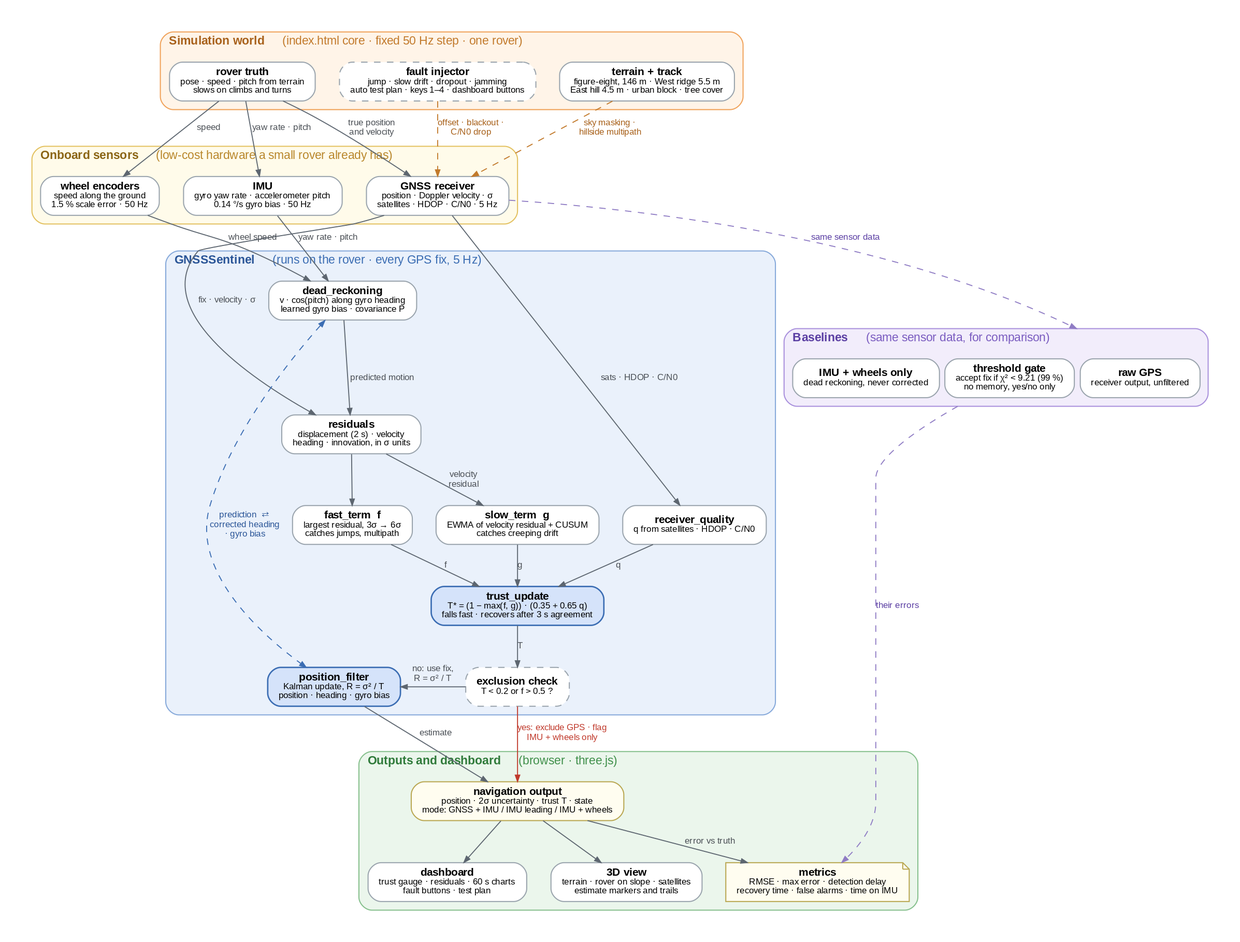
This is docs/architecture.png from Bhavarth257/gnss-sentinel, a Graphviz export, as it was before one commit. Its source is kept beside it as docs/architecture.dot. Source of this version:
```dot
digraph GNSSSentinel {
  graph [rankdir=TB, fontname="Liberation Sans", fontsize=11, bgcolor="white",
         nodesep=0.3, ranksep=0.42, pad=0.3, compound=true, newrank=true];
  node  [shape=box, style="rounded,filled", fillcolor="white", color="#9aa4ad",
         fontname="Liberation Sans", fontsize=10, margin="0.14,0.06", penwidth=1];
  edge  [fontname="Liberation Sans", fontsize=8, fontcolor="#4a4f55", color="#5d6670",
         arrowsize=0.6, penwidth=0.9];

  subgraph cluster_world {
    label=<<b>Simulation world</b>     <font color="#c27a2c">(index.html core · fixed 50 Hz step · one rover)</font>>;
    labeljust=l; fontcolor="#a8611b"; style="rounded,filled"; fillcolor="#fff4e8"; color="#f0a35c";

    terrain [label=<<b>terrain + track</b><br/><font point-size="8">figure-eight, 146 m · West ridge 5.5 m<br/>East hill 4.5 m · urban block · tree cover</font>>];
    truth   [label=<<b>rover truth</b><br/><font point-size="8">pose · speed · pitch from terrain<br/>slows on climbs and turns</font>>];
    faults  [label=<<b>fault injector</b><br/><font point-size="8">jump · slow drift · dropout · jamming<br/>auto test plan · keys 1–4 · dashboard buttons</font>>, style="rounded,filled,dashed"];
  }

  subgraph cluster_sensors {
    label=<<b>Onboard sensors</b>     <font color="#b8862a">(low-cost hardware a small rover already has)</font>>;
    labeljust=l; fontcolor="#8a6414"; style="rounded,filled"; fillcolor="#fffbea"; color="#e3c160";

    gnss  [label=<<b>GNSS receiver</b><br/><font point-size="8">position · Doppler velocity · σ<br/>satellites · HDOP · C/N0 · 5 Hz</font>>];
    wheel [label=<<b>wheel encoders</b><br/><font point-size="8">speed along the ground<br/>1.5 % scale error · 50 Hz</font>>];
    imu   [label=<<b>IMU</b><br/><font point-size="8">gyro yaw rate · accelerometer pitch<br/>0.14 °/s gyro bias · 50 Hz</font>>];
  }

  subgraph cluster_sentinel {
    label=<<b>GNSSSentinel</b>     <font color="#3b6db3">(runs on the rover · every GPS fix, 5 Hz)</font>>;
    labeljust=l; fontcolor="#2a5597"; style="rounded,filled"; fillcolor="#eaf1fb"; color="#86a9da";

    dr       [label=<<b>dead_reckoning</b><br/><font point-size="8">v · cos(pitch) along gyro heading<br/>learned gyro bias · covariance P</font>>];
    residual [label=<<b>residuals</b><br/><font point-size="8">displacement (2 s) · velocity<br/>heading · innovation, in σ units</font>>];
    quality  [label=<<b>receiver_quality</b><br/><font point-size="8">q from satellites · HDOP · C/N0</font>>];
    fast     [label=<<b>fast_term  f</b><br/><font point-size="8">largest residual, 3σ → 6σ<br/>catches jumps, multipath</font>>];
    slow     [label=<<b>slow_term  g</b><br/><font point-size="8">EWMA of velocity residual + CUSUM<br/>catches creeping drift</font>>];
    trust    [label=<<b>trust_update</b><br/><font point-size="8">T* = (1 − max(f, g)) · (0.35 + 0.65 q)<br/>falls fast · recovers after 3 s agreement</font>>,
              fillcolor="#d5e3fa", color="#3b6db3", penwidth=1.3];
    excl     [label=<<b>exclusion check</b><br/><font point-size="8">T &lt; 0.2 or f &gt; 0.5 ?</font>>, shape=box, style="rounded,filled,dashed"];
    kf       [label=<<b>position_filter</b><br/><font point-size="8">Kalman update, R = σ² / T<br/>position · heading · gyro bias</font>>,
              fillcolor="#d5e3fa", color="#3b6db3", penwidth=1.3];
  }

  subgraph cluster_base {
    label=<<b>Baselines</b>     <font color="#7a5cc0">(same sensor data, for comparison)</font>>;
    labeljust=l; fontcolor="#5b3fa3"; style="rounded,filled"; fillcolor="#f2edfb"; color="#a990dc";

    rawgps [label=<<b>raw GPS</b><br/><font point-size="8">receiver output, unfiltered</font>>];
    gate   [label=<<b>threshold gate</b><br/><font point-size="8">accept fix if χ² &lt; 9.21 (99 %)<br/>no memory, yes/no only</font>>];
    dronly [label=<<b>IMU + wheels only</b><br/><font point-size="8">dead reckoning, never corrected</font>>];
  }

  subgraph cluster_out {
    label=<<b>Outputs and dashboard</b>     <font color="#3f8f4a">(browser · three.js)</font>>;
    labeljust=l; fontcolor="#2f7a3a"; style="rounded,filled"; fillcolor="#ebf6ec"; color="#86c08d";

    nav     [label=<<b>navigation output</b><br/><font point-size="8">position · 2σ uncertainty · trust T · state<br/>mode: GNSS + IMU / IMU leading / IMU + wheels</font>>,
             fillcolor="#fffdf0", color="#b9a752"];
    view3d  [label=<<b>3D view</b><br/><font point-size="8">terrain · rover on slope · satellites<br/>estimate markers and trails</font>>];
    dash    [label=<<b>dashboard</b><br/><font point-size="8">trust gauge · residuals · 60 s charts<br/>fault buttons · test plan</font>>];
    metrics [label=<<b>metrics</b><br/><font point-size="8">RMSE · max error · detection delay<br/>recovery time · false alarms · time on IMU</font>>, shape=note, fillcolor="#fffdf0", color="#b9a752"];
  }

  truth   -> gnss  [label="true position\nand velocity"];
  truth   -> wheel [label="speed"];
  truth   -> imu   [label="yaw rate · pitch"];
  terrain -> gnss  [label="sky masking ·\nhillside multipath", style=dashed, color="#c27a2c", fontcolor="#a8611b"];
  faults  -> gnss  [label="offset · blackout ·\nC/N0 drop", style=dashed, color="#c27a2c", fontcolor="#a8611b"];

  wheel -> dr       [label="wheel speed"];
  imu   -> dr       [label="yaw rate · pitch"];
  gnss  -> residual [label="fix · velocity · σ"];
  gnss  -> quality  [label="sats · HDOP · C/N0"];
  dr    -> residual [label="predicted motion"];

  residual -> fast;
  residual -> slow  [label="velocity\nresidual"];
  fast     -> trust [label="f"];
  slow     -> trust [label="g"];
  quality  -> trust [label="q"];
  trust    -> excl  [label="T"];
  excl     -> kf    [label="no: use fix,\nR = σ² / T"];
  excl     -> nav   [label="yes: exclude GPS · flag\nIMU + wheels only", color="#c0392b", fontcolor="#c0392b"];
  dr       -> kf    [dir=both, label="prediction  ⇄\ncorrected heading\n· gyro bias", style=dashed, color="#3b6db3", fontcolor="#2a5597"];
  kf       -> nav   [label="estimate"];

  gnss -> rawgps [lhead=cluster_base, label="same sensor data", style=dashed, color="#8f7cc4", fontcolor="#5b3fa3"];
  gate -> metrics [ltail=cluster_base, label="their errors", style=dashed, color="#8f7cc4", fontcolor="#5b3fa3"];

  nav -> view3d;
  nav -> dash;
  nav -> metrics [label="error vs truth"];

  { rank=same; terrain; truth; faults; }
  { rank=same; gnss; wheel; imu; }
  { rank=same; fast; slow; quality; }
  { rank=same; excl; kf; }
  { rank=same; rawgps; gate; dronly; }
}
```
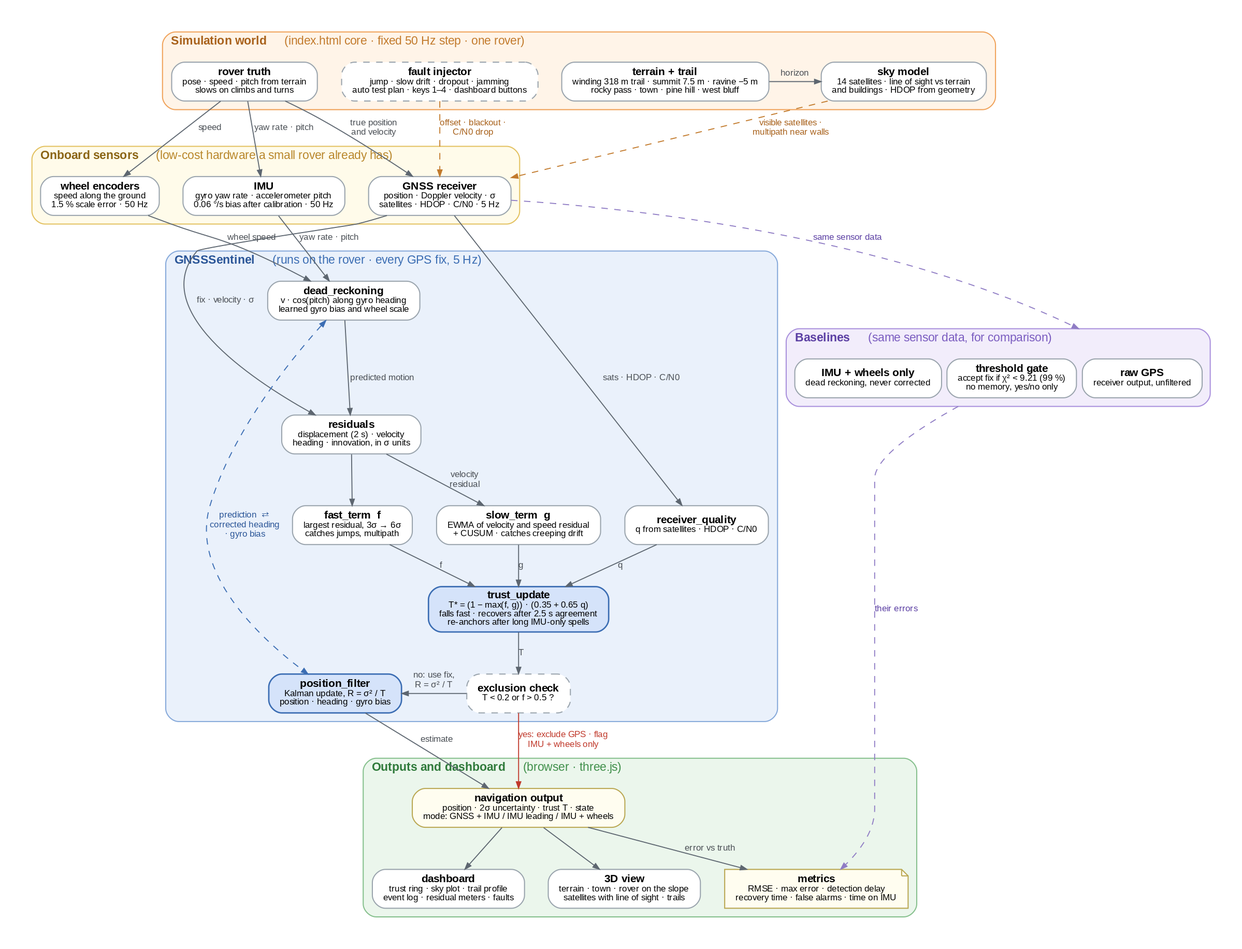
The same diagram one commit later.

Commit message:
Hilly trail with line-of-sight GPS model and instrument-style dashboard

Diff of the diagram source:
```diff
@@ -10,7 +10,8 @@
     label=<<b>Simulation world</b>     <font color="#c27a2c">(index.html core · fixed 50 Hz step · one rover)</font>>;
     labeljust=l; fontcolor="#a8611b"; style="rounded,filled"; fillcolor="#fff4e8"; color="#f0a35c";
 
-    terrain [label=<<b>terrain + track</b><br/><font point-size="8">figure-eight, 146 m · West ridge 5.5 m<br/>East hill 4.5 m · urban block · tree cover</font>>];
+    terrain [label=<<b>terrain + trail</b><br/><font point-size="8">winding 318 m trail · summit 7.5 m · ravine −5 m<br/>rocky pass · town · pine hill · west bluff</font>>];
+    skym    [label=<<b>sky model</b><br/><font point-size="8">14 satellites · line of sight vs terrain<br/>and buildings · HDOP from geometry</font>>];
     truth   [label=<<b>rover truth</b><br/><font point-size="8">pose · speed · pitch from terrain<br/>slows on climbs and turns</font>>];
     faults  [label=<<b>fault injector</b><br/><font point-size="8">jump · slow drift · dropout · jamming<br/>auto test plan · keys 1–4 · dashboard buttons</font>>, style="rounded,filled,dashed"];
   }
@@ -21,19 +22,19 @@
 
     gnss  [label=<<b>GNSS receiver</b><br/><font point-size="8">position · Doppler velocity · σ<br/>satellites · HDOP · C/N0 · 5 Hz</font>>];
     wheel [label=<<b>wheel encoders</b><br/><font point-size="8">speed along the ground<br/>1.5 % scale error · 50 Hz</font>>];
-    imu   [label=<<b>IMU</b><br/><font point-size="8">gyro yaw rate · accelerometer pitch<br/>0.14 °/s gyro bias · 50 Hz</font>>];
+    imu   [label=<<b>IMU</b><br/><font point-size="8">gyro yaw rate · accelerometer pitch<br/>0.06 °/s bias after calibration · 50 Hz</font>>];
   }
 
   subgraph cluster_sentinel {
     label=<<b>GNSSSentinel</b>     <font color="#3b6db3">(runs on the rover · every GPS fix, 5 Hz)</font>>;
     labeljust=l; fontcolor="#2a5597"; style="rounded,filled"; fillcolor="#eaf1fb"; color="#86a9da";
 
-    dr       [label=<<b>dead_reckoning</b><br/><font point-size="8">v · cos(pitch) along gyro heading<br/>learned gyro bias · covariance P</font>>];
+    dr       [label=<<b>dead_reckoning</b><br/><font point-size="8">v · cos(pitch) along gyro heading<br/>learned gyro bias and wheel scale</font>>];
     residual [label=<<b>residuals</b><br/><font point-size="8">displacement (2 s) · velocity<br/>heading · innovation, in σ units</font>>];
     quality  [label=<<b>receiver_quality</b><br/><font point-size="8">q from satellites · HDOP · C/N0</font>>];
     fast     [label=<<b>fast_term  f</b><br/><font point-size="8">largest residual, 3σ → 6σ<br/>catches jumps, multipath</font>>];
-    slow     [label=<<b>slow_term  g</b><br/><font point-size="8">EWMA of velocity residual + CUSUM<br/>catches creeping drift</font>>];
-    trust    [label=<<b>trust_update</b><br/><font point-size="8">T* = (1 − max(f, g)) · (0.35 + 0.65 q)<br/>falls fast · recovers after 3 s agreement</font>>,
+    slow     [label=<<b>slow_term  g</b><br/><font point-size="8">EWMA of velocity and speed residual<br/>+ CUSUM · catches creeping drift</font>>];
+    trust    [label=<<b>trust_update</b><br/><font point-size="8">T* = (1 − max(f, g)) · (0.35 + 0.65 q)<br/>falls fast · recovers after 2.5 s agreement<br/>re-anchors after long IMU-only spells</font>>,
               fillcolor="#d5e3fa", color="#3b6db3", penwidth=1.3];
     excl     [label=<<b>exclusion check</b><br/><font point-size="8">T &lt; 0.2 or f &gt; 0.5 ?</font>>, shape=box, style="rounded,filled,dashed"];
     kf       [label=<<b>position_filter</b><br/><font point-size="8">Kalman update, R = σ² / T<br/>position · heading · gyro bias</font>>,
@@ -55,15 +56,16 @@
 
     nav     [label=<<b>navigation output</b><br/><font point-size="8">position · 2σ uncertainty · trust T · state<br/>mode: GNSS + IMU / IMU leading / IMU + wheels</font>>,
              fillcolor="#fffdf0", color="#b9a752"];
-    view3d  [label=<<b>3D view</b><br/><font point-size="8">terrain · rover on slope · satellites<br/>estimate markers and trails</font>>];
-    dash    [label=<<b>dashboard</b><br/><font point-size="8">trust gauge · residuals · 60 s charts<br/>fault buttons · test plan</font>>];
+    view3d  [label=<<b>3D view</b><br/><font point-size="8">terrain · town · rover on the slope<br/>satellites with line of sight · trails</font>>];
+    dash    [label=<<b>dashboard</b><br/><font point-size="8">trust ring · sky plot · trail profile<br/>event log · residual meters · faults</font>>];
     metrics [label=<<b>metrics</b><br/><font point-size="8">RMSE · max error · detection delay<br/>recovery time · false alarms · time on IMU</font>>, shape=note, fillcolor="#fffdf0", color="#b9a752"];
   }
 
   truth   -> gnss  [label="true position\nand velocity"];
   truth   -> wheel [label="speed"];
   truth   -> imu   [label="yaw rate · pitch"];
-  terrain -> gnss  [label="sky masking ·\nhillside multipath", style=dashed, color="#c27a2c", fontcolor="#a8611b"];
+  terrain -> skym  [label="horizon"];
+  skym    -> gnss  [label="visible satellites ·\nmultipath near walls", style=dashed, color="#c27a2c", fontcolor="#a8611b"];
   faults  -> gnss  [label="offset · blackout ·\nC/N0 drop", style=dashed, color="#c27a2c", fontcolor="#a8611b"];
 
   wheel -> dr       [label="wheel speed"];
@@ -90,7 +92,7 @@
   nav -> dash;
   nav -> metrics [label="error vs truth"];
 
-  { rank=same; terrain; truth; faults; }
+  { rank=same; terrain; truth; faults; skym; }
   { rank=same; gnss; wheel; imu; }
   { rank=same; fast; slow; quality; }
   { rank=same; excl; kf; }
```
